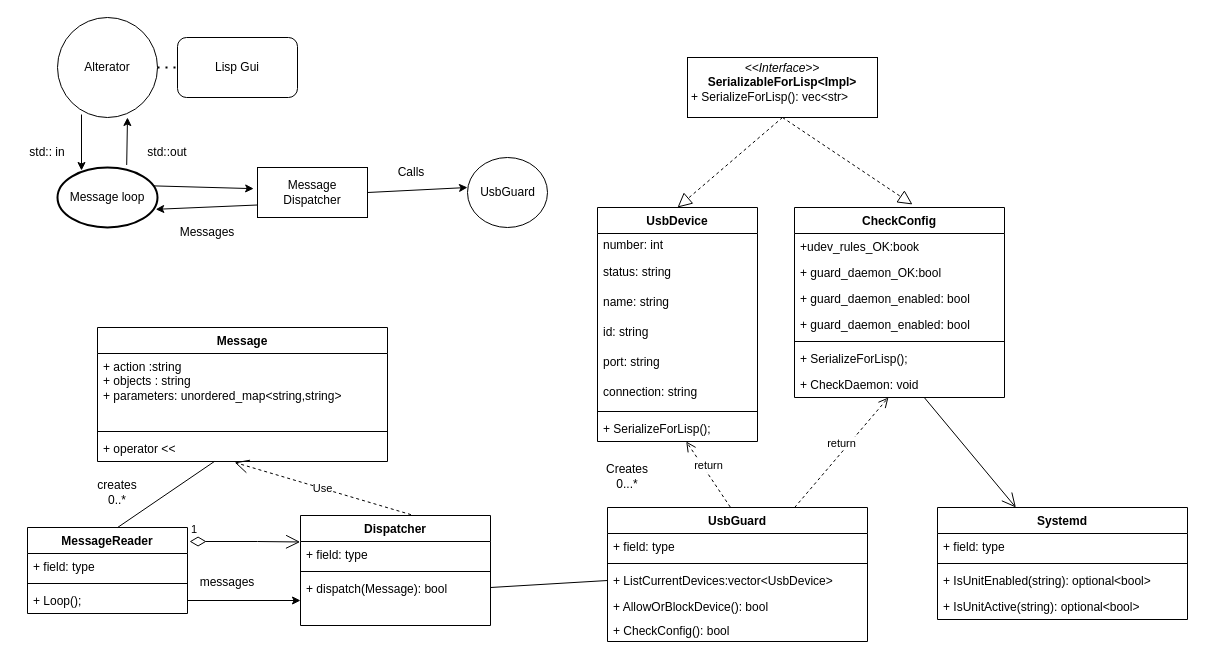
This is Classes.drawio from 3036662/alterator-usbmount, a draw.io file, before an edit. Source tidied: cells renumbered, new cells numbered last; positions are measured from the earlier drawing's top-left corner, leaving out a move shared by most shapes. Both pictures are drawn from the tidied source at 100%, with x=0, y=0 at pixel (17, 17).
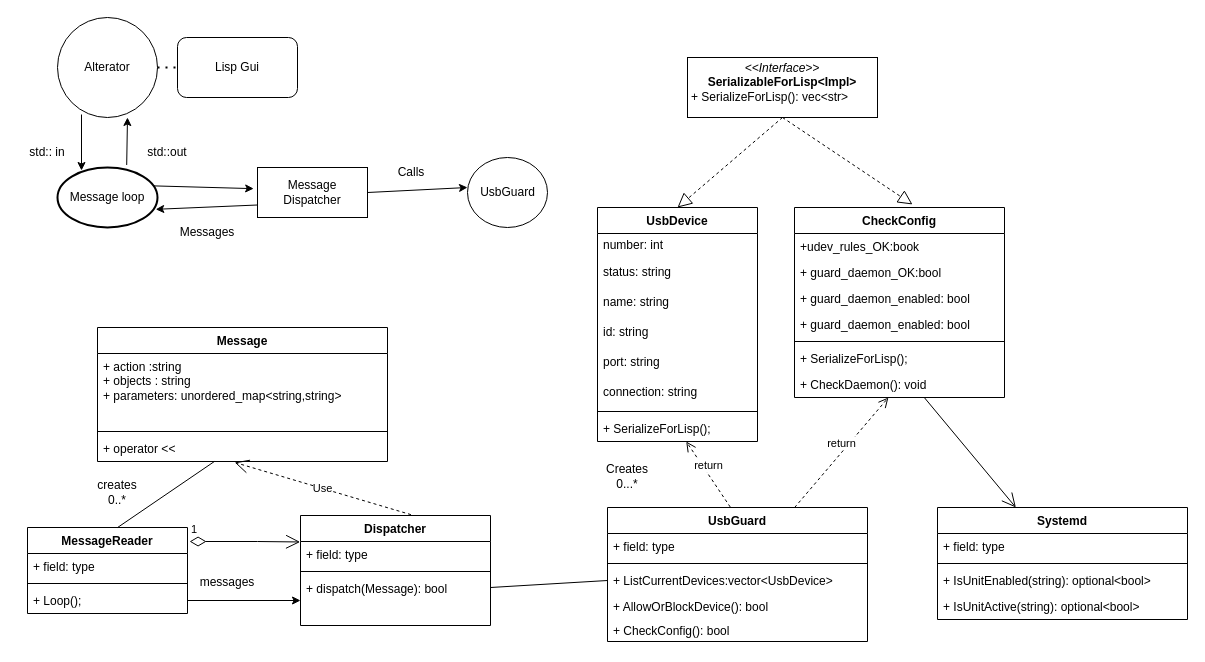
The same diagram, later.

The change refers to these unchanged cells:
```xml
<mxCell id="55" value="CheckConfig" style="swimlane;fontStyle=1;align=center;verticalAlign=top;horizontal=1;startSize=26;" parent="1" vertex="1">
  <mxGeometry x="777" y="190" width="210" height="190" as="geometry" />
</mxCell>
```

Diff of the diagram source:
```diff
@@
-    <mxCell id="62" value="+ CheckDaemon: void" style="text;strokeColor=none;fillColor=none;align=left;verticalAlign=top;spacingLeft=4;spacingRight=4;overflow=hidden;points=[[0,0.5],[1,0.5]];portConstraint=eastwest;" parent="55" vertex="1">
+    <mxCell id="62" value="+ CheckDaemon(): void" style="text;strokeColor=none;fillColor=none;align=left;verticalAlign=top;spacingLeft=4;spacingRight=4;overflow=hidden;points=[[0,0.5],[1,0.5]];portConstraint=eastwest;" parent="55" vertex="1">
       <mxGeometry y="164" width="210" height="26" as="geometry" />
     </mxCell>
```
